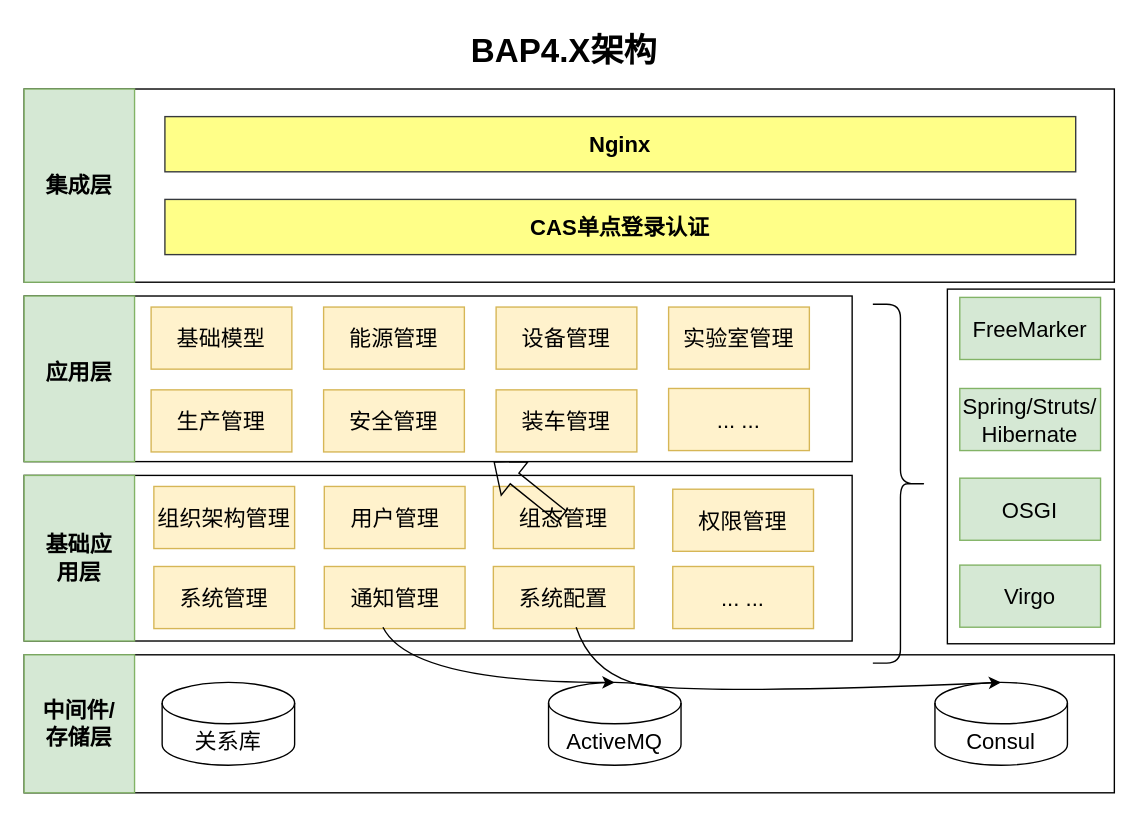
publisherfk/diagrams keeps this draw.io diagram as 技术架构演进/BAP技术架构.drawio. Above is the earlier version. Source tidied: cells renumbered, new cells numbered last; positions are measured from the earlier drawing's top-left corner, leaving out a move shared by most shapes. Both pictures are drawn from the tidied source at 138%, with x=0, y=0 at pixel (23, 23).
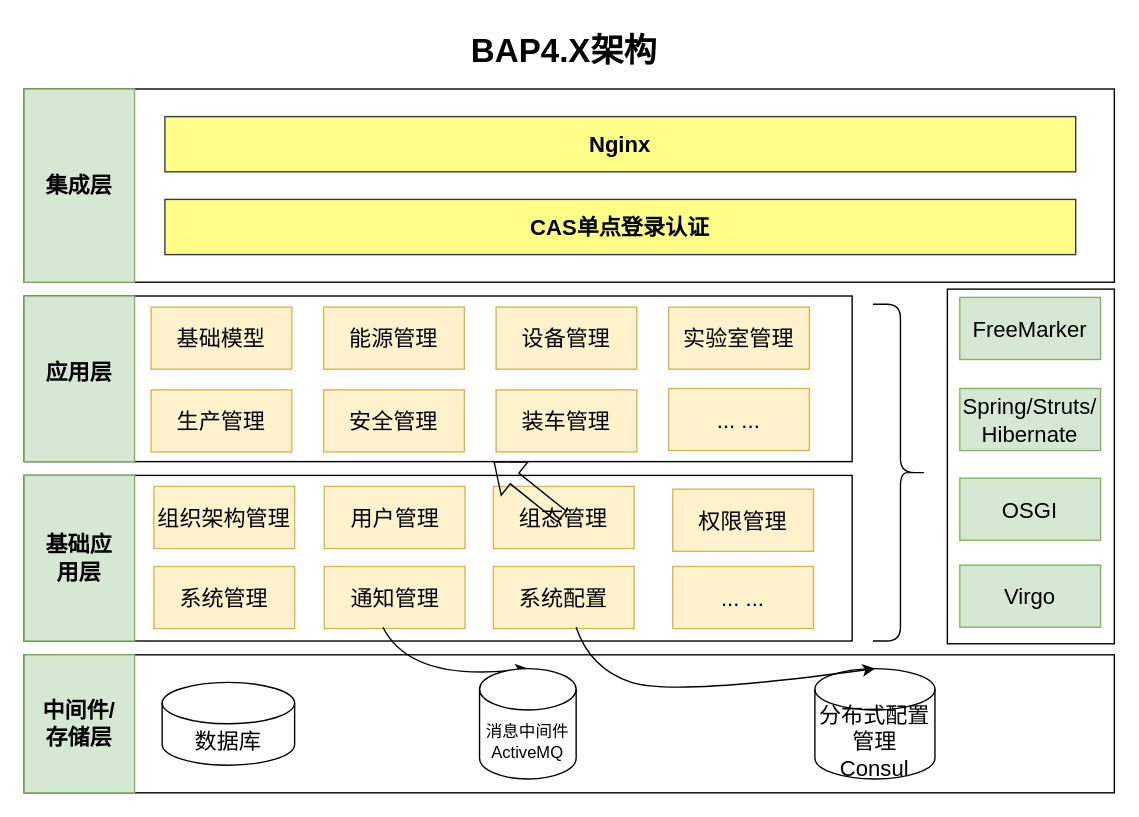
Above is the later version.

Commit message:
更新BAP技术架构.drawio

Change to the diagram source:
```diff
@@
-    <mxCell id="7" value="&lt;span style=&quot;font-size: 16px;&quot;&gt;关系库&lt;/span&gt;" style="shape=cylinder3;whiteSpace=wrap;html=1;boundedLbl=1;backgroundOutline=1;size=15;" parent="1" vertex="1">
+    <mxCell id="7" value="&lt;span style=&quot;font-size: 16px;&quot;&gt;数据库&lt;/span&gt;" style="shape=cylinder3;whiteSpace=wrap;html=1;boundedLbl=1;backgroundOutline=1;size=15;" parent="1" vertex="1">
       <mxGeometry x="100" y="477" width="96" height="60" as="geometry" />
     </mxCell>
-    <mxCell id="8" value="&lt;font style=&quot;font-size: 16px;&quot;&gt;ActiveMQ&lt;/font&gt;" style="shape=cylinder3;whiteSpace=wrap;html=1;boundedLbl=1;backgroundOutline=1;size=15;" parent="1" vertex="1">
-      <mxGeometry x="380" y="477" width="96" height="60" as="geometry" />
-    </mxCell>
-    <mxCell id="9" value="&lt;font style=&quot;font-size: 16px;&quot;&gt;Consul&lt;/font&gt;" style="shape=cylinder3;whiteSpace=wrap;html=1;boundedLbl=1;backgroundOutline=1;size=15;" parent="1" vertex="1">
-      <mxGeometry x="660" y="477" width="96" height="60" as="geometry" />
+    <mxCell id="9" value="&lt;font style=&quot;font-size: 16px;&quot;&gt;分布式配置管理&lt;br&gt;Consul&lt;/font&gt;" style="shape=cylinder3;whiteSpace=wrap;html=1;boundedLbl=1;backgroundOutline=1;size=15;" parent="1" vertex="1">
+      <mxGeometry x="573" y="467" width="87" height="80" as="geometry" />
     </mxCell>
@@
-    <mxCell id="27" style="curved=1;endArrow=classic;html=1;rounded=0;entryX=0.5;entryY=0;entryDx=0;entryDy=0;entryPerimeter=0;" parent="1" edge="1" target="8">
+    <mxCell id="27" style="curved=1;endArrow=classic;html=1;rounded=0;entryX=0.5;entryY=0;entryDx=0;entryDy=0;entryPerimeter=0;" parent="1" edge="1" target="46">
       <mxGeometry relative="1" as="geometry">
         <mxPoint x="260" y="437" as="sourcePoint" />
         <Array as="points">
           <mxPoint x="280" y="477" />
         </Array>
       </mxGeometry>
     </mxCell>
@@
     <mxCell id="42" style="shape=curlyBracket;whiteSpace=wrap;html=1;rounded=1;flipH=1;labelPosition=right;verticalLabelPosition=middle;align=left;verticalAlign=middle;" parent="1" vertex="1">
-      <mxGeometry x="615" y="203" width="40" height="260" as="geometry" />
+      <mxGeometry x="615" y="203" width="40" height="244" as="geometry" />
     </mxCell>
@@
+    <mxCell id="46" value="消息中间件&lt;br&gt;ActiveMQ" style="shape=cylinder3;whiteSpace=wrap;html=1;boundedLbl=1;backgroundOutline=1;size=15;" parent="1" vertex="1">
+      <mxGeometry x="330" y="467" width="70" height="80" as="geometry" />
+    </mxCell>
```
